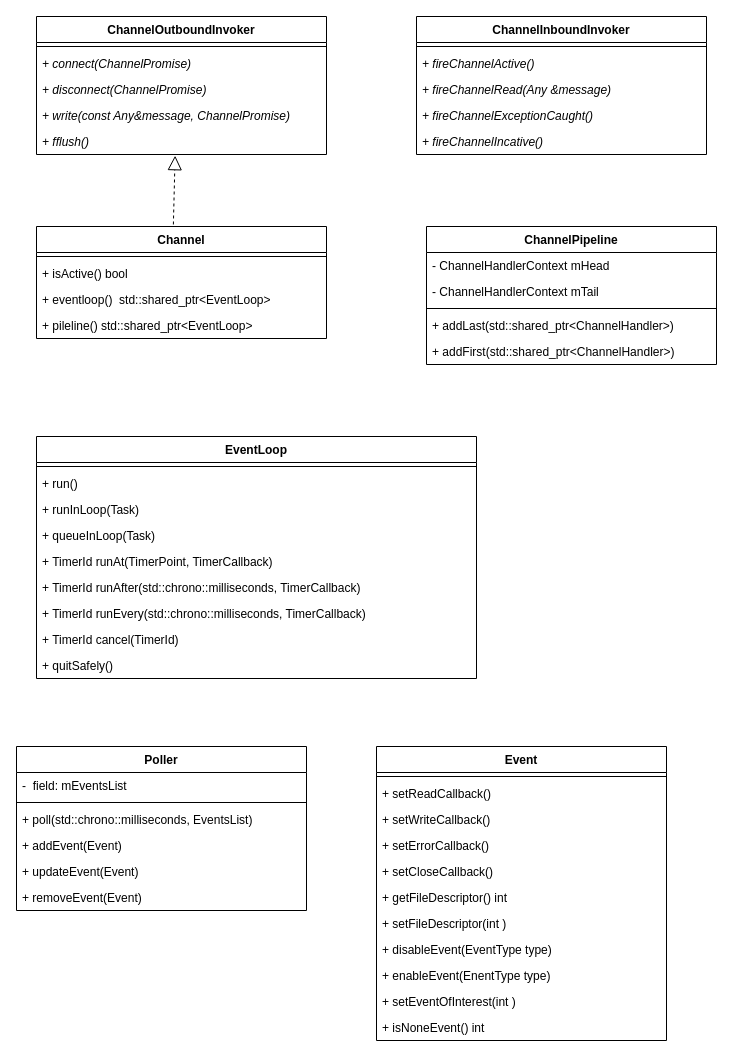
This is page "类图" (1 of 3) of transport.drawio from bingo787/draw, a draw.io file, before an edit. Source tidied: cells renumbered, new cells numbered last; positions are measured from the earlier drawing's top-left corner, leaving out a move shared by most shapes. Both pictures are drawn from the tidied source at 100%, with x=0, y=0 at pixel (16, 16).
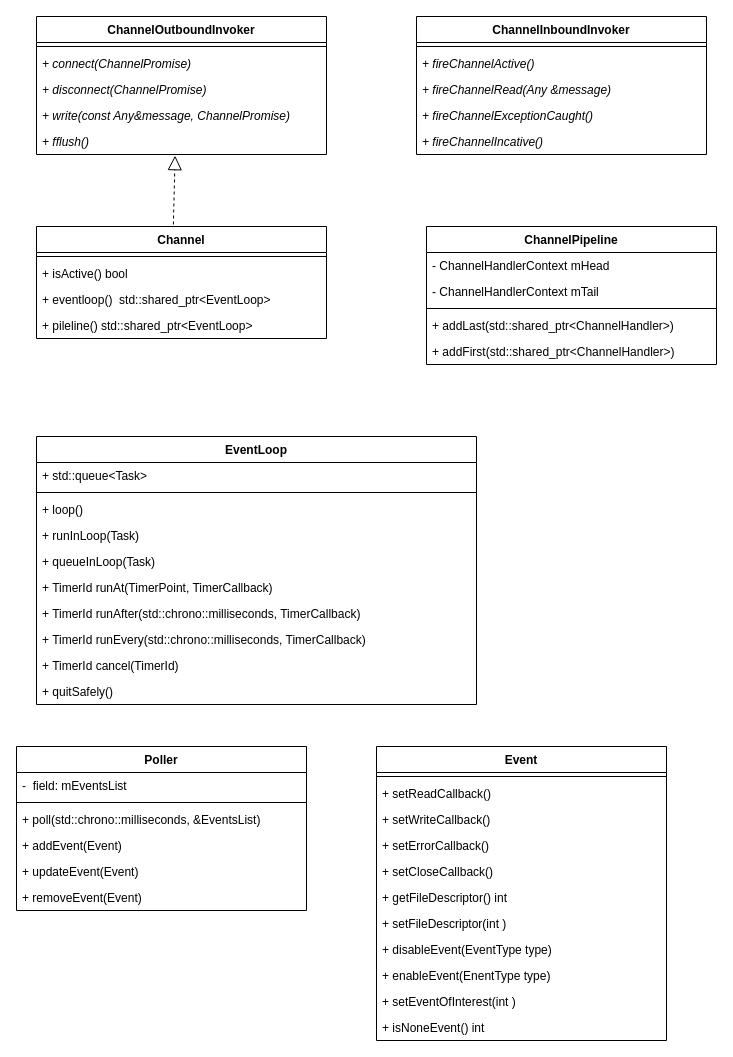
The same diagram, later.

The change refers to these unchanged cells:
```xml
<mxCell id="24" value="Poller" style="swimlane;fontStyle=1;align=center;verticalAlign=top;horizontal=1;startSize=26;" parent="1" vertex="1">
  <mxGeometry y="730" width="290" height="164" as="geometry" />
</mxCell>
```

Change to the diagram source:
```diff
@@
     <mxCell id="14" value="EventLoop" style="swimlane;fontStyle=1;align=center;verticalAlign=top;horizontal=1;startSize=26;" parent="1" vertex="1">
-      <mxGeometry x="20" y="420" width="440" height="242" as="geometry" />
+      <mxGeometry x="20" y="420" width="440" height="268" as="geometry" />
     </mxCell>
+    <mxCell id="55" value="+ std::queue&lt;Task&gt;" style="text;strokeColor=none;fillColor=none;align=left;verticalAlign=top;spacingLeft=4;spacingRight=4;overflow=hidden;" parent="14" vertex="1">
+      <mxGeometry y="26" width="440" height="26" as="geometry" />
+    </mxCell>
     <mxCell id="15" style="line;strokeWidth=1;fillColor=none;align=left;verticalAlign=middle;spacingTop=-1;spacingLeft=3;spacingRight=3;labelPosition=right;" parent="14" vertex="1">
-      <mxGeometry y="26" width="440" height="8" as="geometry" />
+      <mxGeometry y="52" width="440" height="8" as="geometry" />
     </mxCell>
-    <mxCell id="16" value="+ run()" style="text;strokeColor=none;fillColor=none;align=left;verticalAlign=top;spacingLeft=4;spacingRight=4;overflow=hidden;" parent="14" vertex="1">
-      <mxGeometry y="34" width="440" height="26" as="geometry" />
+    <mxCell id="16" value="+ loop()" style="text;strokeColor=none;fillColor=none;align=left;verticalAlign=top;spacingLeft=4;spacingRight=4;overflow=hidden;" parent="14" vertex="1">
+      <mxGeometry y="60" width="440" height="26" as="geometry" />
     </mxCell>
     <mxCell id="17" value="+ runInLoop(Task)" style="text;strokeColor=none;fillColor=none;align=left;verticalAlign=top;spacingLeft=4;spacingRight=4;overflow=hidden;" parent="14" vertex="1">
-      <mxGeometry y="60" width="440" height="26" as="geometry" />
+      <mxGeometry y="86" width="440" height="26" as="geometry" />
     </mxCell>
     <mxCell id="18" value="+ queueInLoop(Task)" style="text;strokeColor=none;fillColor=none;align=left;verticalAlign=top;spacingLeft=4;spacingRight=4;overflow=hidden;" parent="14" vertex="1">
-      <mxGeometry y="86" width="440" height="26" as="geometry" />
+      <mxGeometry y="112" width="440" height="26" as="geometry" />
     </mxCell>
     <mxCell id="19" value="+ TimerId runAt(TimerPoint, TimerCallback)" style="text;strokeColor=none;fillColor=none;align=left;verticalAlign=top;spacingLeft=4;spacingRight=4;overflow=hidden;" parent="14" vertex="1">
-      <mxGeometry y="112" width="440" height="26" as="geometry" />
+      <mxGeometry y="138" width="440" height="26" as="geometry" />
     </mxCell>
     <mxCell id="20" value="+ TimerId runAfter(std::chrono::milliseconds, TimerCallback)" style="text;strokeColor=none;fillColor=none;align=left;verticalAlign=top;spacingLeft=4;spacingRight=4;overflow=hidden;" parent="14" vertex="1">
-      <mxGeometry y="138" width="440" height="26" as="geometry" />
+      <mxGeometry y="164" width="440" height="26" as="geometry" />
     </mxCell>
     <mxCell id="21" value="+ TimerId runEvery(std::chrono::milliseconds, TimerCallback)" style="text;strokeColor=none;fillColor=none;align=left;verticalAlign=top;spacingLeft=4;spacingRight=4;overflow=hidden;" parent="14" vertex="1">
-      <mxGeometry y="164" width="440" height="26" as="geometry" />
+      <mxGeometry y="190" width="440" height="26" as="geometry" />
     </mxCell>
     <mxCell id="22" value="+ TimerId cancel(TimerId)" style="text;strokeColor=none;fillColor=none;align=left;verticalAlign=top;spacingLeft=4;spacingRight=4;overflow=hidden;" parent="14" vertex="1">
-      <mxGeometry y="190" width="440" height="26" as="geometry" />
+      <mxGeometry y="216" width="440" height="26" as="geometry" />
     </mxCell>
     <mxCell id="23" value="+ quitSafely()" style="text;strokeColor=none;fillColor=none;align=left;verticalAlign=top;spacingLeft=4;spacingRight=4;overflow=hidden;" parent="14" vertex="1">
-      <mxGeometry y="216" width="440" height="26" as="geometry" />
+      <mxGeometry y="242" width="440" height="26" as="geometry" />
     </mxCell>
@@
-    <mxCell id="27" value="+ poll(std::chrono::milliseconds, EventsList)" style="text;strokeColor=none;fillColor=none;align=left;verticalAlign=top;spacingLeft=4;spacingRight=4;overflow=hidden;fontStyle=0;" parent="24" vertex="1">
+    <mxCell id="27" value="+ poll(std::chrono::milliseconds, &amp;EventsList)" style="text;strokeColor=none;fillColor=none;align=left;verticalAlign=top;spacingLeft=4;spacingRight=4;overflow=hidden;fontStyle=0;" parent="24" vertex="1">
       <mxGeometry y="60" width="290" height="26" as="geometry" />
     </mxCell>
```
